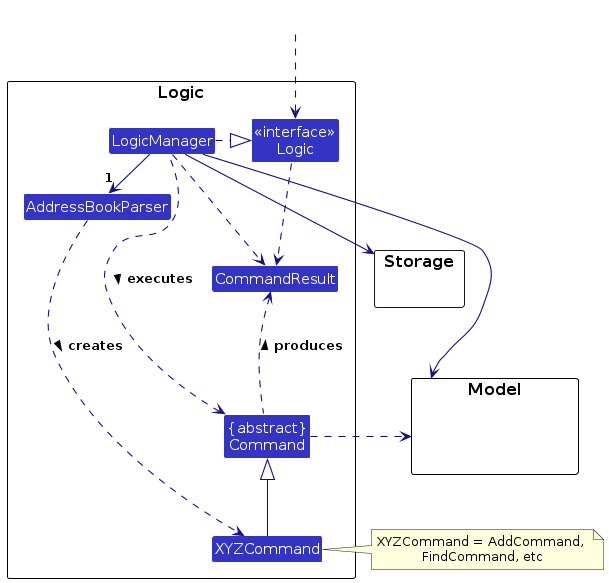
Above: diagrams/LogicClassDiagram.png in prawnzyy/tp (PlantUML), before the change. Its source is kept beside it as diagrams/LogicClassDiagram.puml.
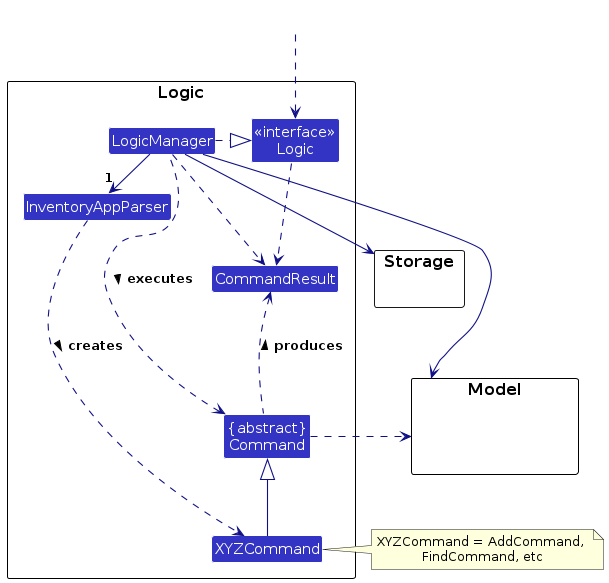
After the commit.

Diff of the diagram source:
```diff
@@ -6,7 +6,7 @@
 
 package Logic as LogicPackage {
 
-Class AddressBookParser
+Class InventoryAppParser
 Class XYZCommand
 Class CommandResult
 Class "{abstract}\nCommand" as Command
@@ -27,8 +27,8 @@
 HiddenOutside ..> Logic
 
 LogicManager .right.|> Logic
-LogicManager -right->"1" AddressBookParser
-AddressBookParser ..> XYZCommand : creates >
+LogicManager -right->"1" InventoryAppParser
+InventoryAppParser ..> XYZCommand : creates >
 
 XYZCommand -up-|> Command
 LogicManager .left.> Command : executes >
```
